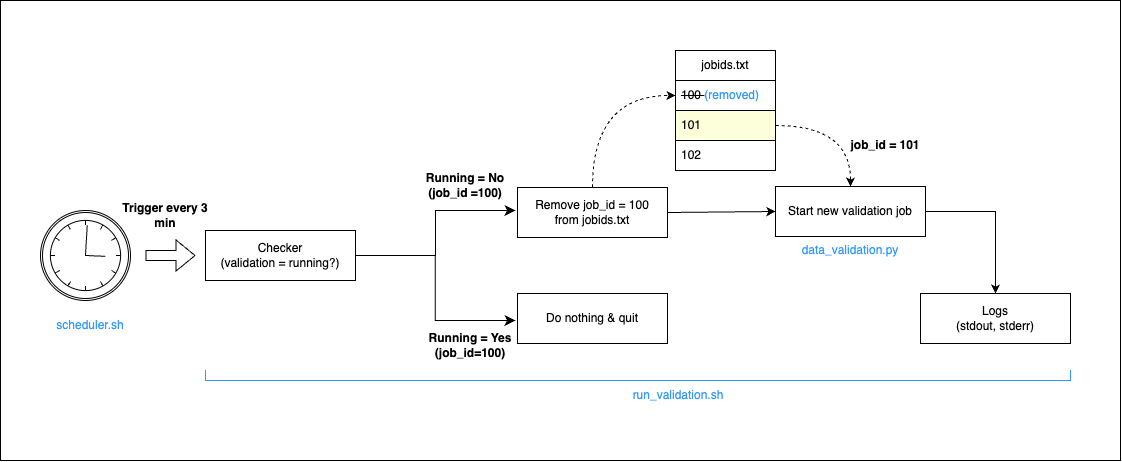
This is workflow.png from chanchanngann/data_validation_automation, a draw.io export, as it was before one commit. Source tidied: cells renumbered, new cells last; positions are measured from the earlier drawing's top-left corner, leaving out a move shared by most shapes.
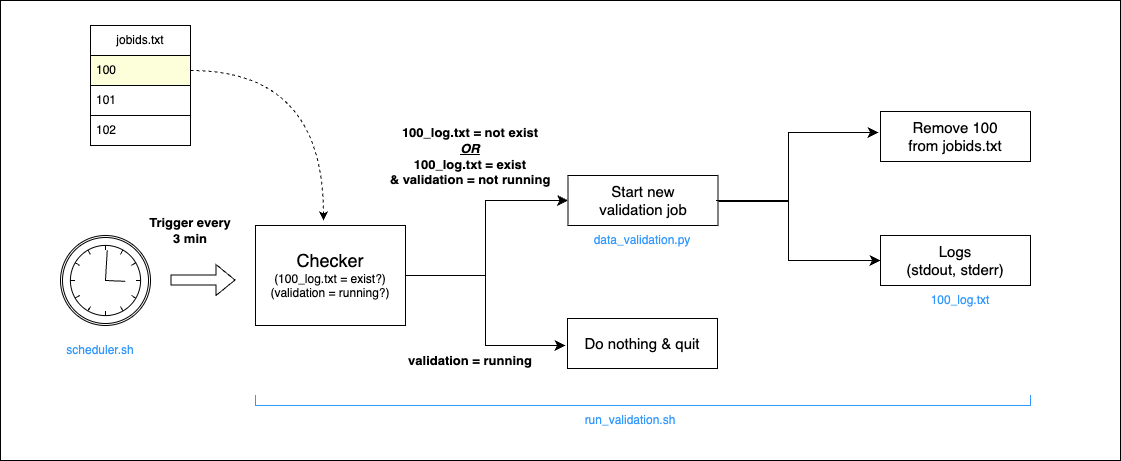
After the commit.

The edit, as a diff of the source:
```diff
@@ -3,92 +3,99 @@
     <mxCell id="0" />
     <mxCell id="1" parent="0" />
     <mxCell id="2" style="rounded=0;whiteSpace=wrap;html=1;" parent="1" vertex="1">
-      <mxGeometry width="1120" height="460" as="geometry" />
+      <mxGeometry x="-50" y="-25" width="1120" height="460" as="geometry" />
     </mxCell>
     <mxCell id="3" style="shape=mxgraph.bpmn.event;html=1;verticalLabelPosition=bottom;labelBackgroundColor=#ffffff;verticalAlign=top;align=center;perimeter=ellipsePerimeter;outline=catching;symbol=timer;" parent="1" vertex="1">
-      <mxGeometry x="40" y="210" width="90" height="90" as="geometry" />
+      <mxGeometry x="10" y="210" width="90" height="90" as="geometry" />
     </mxCell>
-    <mxCell id="4" value="&lt;b&gt;Trigger every 3 min&lt;/b&gt;" style="text;html=1;align=center;verticalAlign=middle;whiteSpace=wrap;rounded=0;" parent="1" vertex="1">
-      <mxGeometry x="115" y="190" width="100" height="50" as="geometry" />
+    <mxCell id="4" value="&lt;b&gt;&lt;font style=&quot;font-size: 13px;&quot;&gt;Trigger every &lt;br&gt;3 min&lt;/font&gt;&lt;/b&gt;" style="text;html=1;align=center;verticalAlign=middle;whiteSpace=wrap;rounded=0;" parent="1" vertex="1">
+      <mxGeometry x="90" y="180" width="100" height="50" as="geometry" />
     </mxCell>
     <mxCell id="5" value="jobids.txt" style="swimlane;fontStyle=0;horizontal=1;startSize=30;whiteSpace=wrap;html=1;" parent="1" vertex="1">
-      <mxGeometry x="675" y="50" width="100" height="120" as="geometry" />
+      <mxGeometry x="40" width="100" height="120" as="geometry" />
     </mxCell>
-    <mxCell id="6" value="&lt;strike&gt;100 &lt;/strike&gt;&lt;font color=&quot;#3399ff&quot;&gt;(removed)&lt;/font&gt;" style="text;align=left;verticalAlign=middle;spacingLeft=4;spacingRight=4;overflow=hidden;points=[[0,0.5],[1,0.5]];portConstraint=eastwest;whiteSpace=wrap;html=1;fillColor=none;fillStyle=auto;strokeColor=default;" parent="5" vertex="1">
+    <mxCell id="6" value="100" style="text;align=left;verticalAlign=middle;spacingLeft=4;spacingRight=4;overflow=hidden;points=[[0,0.5],[1,0.5]];portConstraint=eastwest;whiteSpace=wrap;html=1;fillColor=#FCFFD9;fillStyle=auto;strokeColor=default;" parent="5" vertex="1">
       <mxGeometry y="30" width="100" height="30" as="geometry" />
     </mxCell>
-    <mxCell id="7" value="101" style="text;strokeColor=default;fillColor=#FCFFD9;align=left;verticalAlign=middle;spacingLeft=4;spacingRight=4;overflow=hidden;points=[[0,0.5],[1,0.5]];portConstraint=eastwest;whiteSpace=wrap;html=1;" parent="5" vertex="1">
+    <mxCell id="7" value="101" style="text;strokeColor=default;fillColor=none;align=left;verticalAlign=middle;spacingLeft=4;spacingRight=4;overflow=hidden;points=[[0,0.5],[1,0.5]];portConstraint=eastwest;whiteSpace=wrap;html=1;" parent="5" vertex="1">
       <mxGeometry y="60" width="100" height="30" as="geometry" />
     </mxCell>
     <mxCell id="8" value="102" style="text;strokeColor=none;fillColor=none;align=left;verticalAlign=middle;spacingLeft=4;spacingRight=4;overflow=hidden;whiteSpace=wrap;html=1;" parent="5" vertex="1">
       <mxGeometry y="90" width="100" height="30" as="geometry" />
     </mxCell>
-    <mxCell id="9" value="Checker&lt;br&gt;(validation = running?)" style="rounded=0;whiteSpace=wrap;html=1;" parent="1" vertex="1">
-      <mxGeometry x="205" y="230" width="150" height="50" as="geometry" />
+    <mxCell id="9" value="&lt;font style=&quot;font-size: 18px;&quot;&gt;Checker&lt;/font&gt;&lt;br&gt;(100_log.txt = exist?)&lt;br&gt;(validation = running?)" style="rounded=0;whiteSpace=wrap;html=1;" parent="1" vertex="1">
+      <mxGeometry x="205" y="200" width="150" height="100" as="geometry" />
     </mxCell>
     <mxCell id="10" style="edgeStyle=elbowEdgeStyle;elbow=horizontal;endArrow=classic;html=1;curved=0;rounded=0;endSize=8;startSize=8;exitX=1;exitY=0.5;exitDx=0;exitDy=0;" parent="1" edge="1" source="9">
       <mxGeometry relative="1" as="geometry">
         <mxPoint x="515" y="320" as="targetPoint" />
       </mxGeometry>
     </mxCell>
-    <mxCell id="11" style="edgeStyle=elbowEdgeStyle;elbow=horizontal;endArrow=classic;html=1;curved=0;rounded=0;endSize=8;startSize=8;exitX=1;exitY=0.5;exitDx=0;exitDy=0;" parent="1" edge="1" source="9">
+    <mxCell id="11" style="edgeStyle=elbowEdgeStyle;elbow=horizontal;endArrow=classic;html=1;curved=0;rounded=0;endSize=8;startSize=8;exitX=1;exitY=0.5;exitDx=0;exitDy=0;entryX=0;entryY=0.5;entryDx=0;entryDy=0;" parent="1" edge="1" source="9" target="23">
       <mxGeometry relative="1" as="geometry">
-        <mxPoint x="515" y="210" as="targetPoint" />
         <Array as="points">
           <mxPoint x="435" y="240" />
         </Array>
       </mxGeometry>
     </mxCell>
-    <mxCell id="12" value="&lt;b&gt;Running = No&lt;br&gt;(job_id =100)&lt;br&gt;&lt;/b&gt;" style="text;html=1;align=center;verticalAlign=middle;whiteSpace=wrap;rounded=0;" parent="1" vertex="1">
-      <mxGeometry x="395" y="170" width="140" height="30" as="geometry" />
+    <mxCell id="12" value="&lt;b&gt;&lt;font style=&quot;font-size: 13px;&quot;&gt;100_log.txt = not exist&lt;br&gt;&lt;i&gt;&lt;u&gt;OR&lt;/u&gt;&lt;/i&gt;&lt;br&gt;100_log.txt = exist &lt;br&gt;&amp;amp; validation = not running&lt;/font&gt;&lt;br&gt;&lt;/b&gt;" style="text;html=1;align=center;verticalAlign=middle;whiteSpace=wrap;rounded=0;" parent="1" vertex="1">
+      <mxGeometry x="310" y="86" width="220" height="90" as="geometry" />
     </mxCell>
-    <mxCell id="13" value="&lt;b style=&quot;border-color: var(--border-color);&quot;&gt;Running = Yes&lt;br&gt;(job_id=100)&lt;br&gt;&lt;/b&gt;" style="text;html=1;align=center;verticalAlign=middle;whiteSpace=wrap;rounded=0;" parent="1" vertex="1">
-      <mxGeometry x="415" y="330" width="110" height="30" as="geometry" />
+    <mxCell id="13" value="&lt;b style=&quot;border-color: var(--border-color);&quot;&gt;&lt;font style=&quot;font-size: 13px;&quot;&gt;validation = running&lt;/font&gt;&lt;br&gt;&lt;/b&gt;" style="text;html=1;align=center;verticalAlign=middle;whiteSpace=wrap;rounded=0;" parent="1" vertex="1">
+      <mxGeometry x="325" y="320" width="190" height="30" as="geometry" />
     </mxCell>
-    <mxCell id="14" value="Do nothing &amp;amp; quit" style="rounded=0;whiteSpace=wrap;html=1;" parent="1" vertex="1">
+    <mxCell id="14" value="&lt;font style=&quot;font-size: 15px;&quot;&gt;Do nothing &amp;amp; quit&lt;/font&gt;" style="rounded=0;whiteSpace=wrap;html=1;" parent="1" vertex="1">
       <mxGeometry x="517" y="293" width="150" height="50" as="geometry" />
     </mxCell>
-    <mxCell id="15" value="Remove job_id = 100&lt;br&gt;from jobids.txt" style="rounded=0;whiteSpace=wrap;html=1;" parent="1" vertex="1">
-      <mxGeometry x="517" y="187" width="150" height="50" as="geometry" />
+    <mxCell id="15" value="&lt;font style=&quot;font-size: 15px;&quot;&gt;Remove 100&lt;br&gt;from jobids.txt&lt;/font&gt;" style="rounded=0;whiteSpace=wrap;html=1;" parent="1" vertex="1">
+      <mxGeometry x="830" y="86" width="150" height="50" as="geometry" />
     </mxCell>
-    <mxCell id="16" style="endArrow=classic;html=1;rounded=0;edgeStyle=orthogonalEdgeStyle;exitX=1;exitY=0.5;exitDx=0;exitDy=0;entryX=0.5;entryY=0;entryDx=0;entryDy=0;dashed=1;elbow=vertical;curved=1;" parent="1" edge="1" source="7" target="23">
-      <mxGeometry relative="1" as="geometry" />
-    </mxCell>
     <mxCell id="17" style="shape=flexArrow;endArrow=classic;html=1;rounded=0;" parent="1" edge="1">
       <mxGeometry relative="1" as="geometry">
-        <mxPoint x="145" y="255" as="sourcePoint" />
-        <mxPoint x="195" y="255" as="targetPoint" />
+        <mxPoint x="120" y="254.5" as="sourcePoint" />
+        <mxPoint x="185" y="254.5" as="targetPoint" />
       </mxGeometry>
     </mxCell>
     <mxCell id="18" value="&lt;font style=&quot;&quot; color=&quot;#3399ff&quot;&gt;run_validation.sh&lt;/font&gt;" style="text;html=1;align=center;verticalAlign=middle;whiteSpace=wrap;rounded=0;" parent="1" vertex="1">
-      <mxGeometry x="627.5" y="370" width="100" height="50" as="geometry" />
+      <mxGeometry x="530" y="370" width="100" height="50" as="geometry" />
     </mxCell>
     <mxCell id="19" style="shape=partialRectangle;whiteSpace=wrap;html=1;bottom=1;right=1;left=1;top=0;fillColor=none;routingCenterX=-0.5;strokeColor=#3399FF;" parent="1" vertex="1">
-      <mxGeometry x="205" y="370" width="865" height="10" as="geometry" />
+      <mxGeometry x="205" y="370" width="775" height="10" as="geometry" />
     </mxCell>
     <mxCell id="20" value="&lt;font style=&quot;&quot; color=&quot;#3399ff&quot;&gt;scheduler.sh&lt;/font&gt;" style="text;html=1;align=center;verticalAlign=middle;whiteSpace=wrap;rounded=0;" parent="1" vertex="1">
-      <mxGeometry x="40" y="300" width="100" height="50" as="geometry" />
+      <mxGeometry y="300" width="100" height="50" as="geometry" />
     </mxCell>
-    <mxCell id="21" value="&lt;b&gt;job_id = 101&lt;/b&gt;" style="text;html=1;align=center;verticalAlign=middle;whiteSpace=wrap;rounded=0;" parent="1" vertex="1">
-      <mxGeometry x="845" y="130" width="80" height="30" as="geometry" />
-    </mxCell>
     <mxCell id="22" value="&lt;font style=&quot;&quot; color=&quot;#3399ff&quot;&gt;data_validation.py&lt;/font&gt;" style="text;html=1;align=center;verticalAlign=middle;whiteSpace=wrap;rounded=0;" parent="1" vertex="1">
-      <mxGeometry x="800" y="225" width="100" height="50" as="geometry" />
+      <mxGeometry x="542" y="190" width="100" height="50" as="geometry" />
     </mxCell>
-    <mxCell id="23" value="Start new validation job" style="rounded=0;whiteSpace=wrap;html=1;" parent="1" vertex="1">
-      <mxGeometry x="775" y="186" width="150" height="50" as="geometry" />
+    <mxCell id="23" value="&lt;font style=&quot;font-size: 15px;&quot;&gt;Start new &lt;br&gt;validation job&lt;/font&gt;" style="rounded=0;whiteSpace=wrap;html=1;" parent="1" vertex="1">
+      <mxGeometry x="517.5" y="150" width="150" height="50" as="geometry" />
     </mxCell>
-    <mxCell id="24" style="endArrow=classic;html=1;rounded=0;exitX=1;exitY=0.5;exitDx=0;exitDy=0;entryX=0;entryY=0.5;entryDx=0;entryDy=0;" parent="1" edge="1" source="15" target="23">
-      <mxGeometry relative="1" as="geometry" />
-    </mxCell>
-    <mxCell id="25" style="endArrow=classic;html=1;rounded=0;edgeStyle=orthogonalEdgeStyle;dashed=1;elbow=vertical;exitX=0.5;exitY=0;exitDx=0;exitDy=0;entryX=0;entryY=0.5;entryDx=0;entryDy=0;curved=1;" parent="1" edge="1" source="15" target="6">
+    <mxCell id="25" style="endArrow=classic;html=1;rounded=0;edgeStyle=orthogonalEdgeStyle;dashed=1;elbow=vertical;curved=1;exitX=1;exitY=0.5;exitDx=0;exitDy=0;entryX=0.453;entryY=-0.05;entryDx=0;entryDy=0;entryPerimeter=0;" parent="1" edge="1" source="6" target="9">
       <mxGeometry relative="1" as="geometry" />
     </mxCell>
-    <mxCell id="26" value="Logs&lt;br&gt;(stdout, stderr)" style="rounded=0;whiteSpace=wrap;html=1;" parent="1" vertex="1">
-      <mxGeometry x="920" y="293" width="150" height="50" as="geometry" />
+    <mxCell id="26" value="&lt;font style=&quot;font-size: 15px;&quot;&gt;&lt;font style=&quot;&quot;&gt;Logs&lt;/font&gt;&lt;br&gt;(stdout, stderr)&lt;/font&gt;" style="rounded=0;whiteSpace=wrap;html=1;" parent="1" vertex="1">
+      <mxGeometry x="830" y="210" width="150" height="50" as="geometry" />
     </mxCell>
-    <mxCell id="27" style="endArrow=classic;html=1;rounded=0;exitX=1;exitY=0.5;exitDx=0;exitDy=0;edgeStyle=orthogonalEdgeStyle;" parent="1" edge="1" source="23" target="26">
-      <mxGeometry relative="1" as="geometry" />
-    </mxCell>
+    <mxCell id="28" value="&lt;font style=&quot;&quot; color=&quot;#3399ff&quot;&gt;100_log.txt&lt;/font&gt;" style="text;html=1;align=center;verticalAlign=middle;whiteSpace=wrap;rounded=0;" parent="1" vertex="1">
+      <mxGeometry x="860" y="250" width="100" height="50" as="geometry" />
+    </mxCell>
+    <mxCell id="29" style="edgeStyle=elbowEdgeStyle;elbow=horizontal;endArrow=classic;html=1;curved=0;rounded=0;endSize=8;startSize=8;entryX=0;entryY=0.5;entryDx=0;entryDy=0;" parent="1" edge="1">
+      <mxGeometry relative="1" as="geometry">
+        <mxPoint x="668" y="176" as="sourcePoint" />
+        <mxPoint x="828" y="107" as="targetPoint" />
+        <Array as="points">
+          <mxPoint x="738" y="126" />
+        </Array>
+      </mxGeometry>
+    </mxCell>
+    <mxCell id="30" style="edgeStyle=elbowEdgeStyle;elbow=horizontal;endArrow=classic;html=1;curved=0;rounded=0;endSize=8;startSize=8;exitX=1;exitY=0.5;exitDx=0;exitDy=0;entryX=0;entryY=0.5;entryDx=0;entryDy=0;" parent="1" edge="1" target="26">
+      <mxGeometry relative="1" as="geometry">
+        <mxPoint x="665.5" y="175" as="sourcePoint" />
+        <Array as="points">
+          <mxPoint x="738" y="200" />
+        </Array>
+      </mxGeometry>
+    </mxCell>
   </root>
 </mxGraphModel>
```
